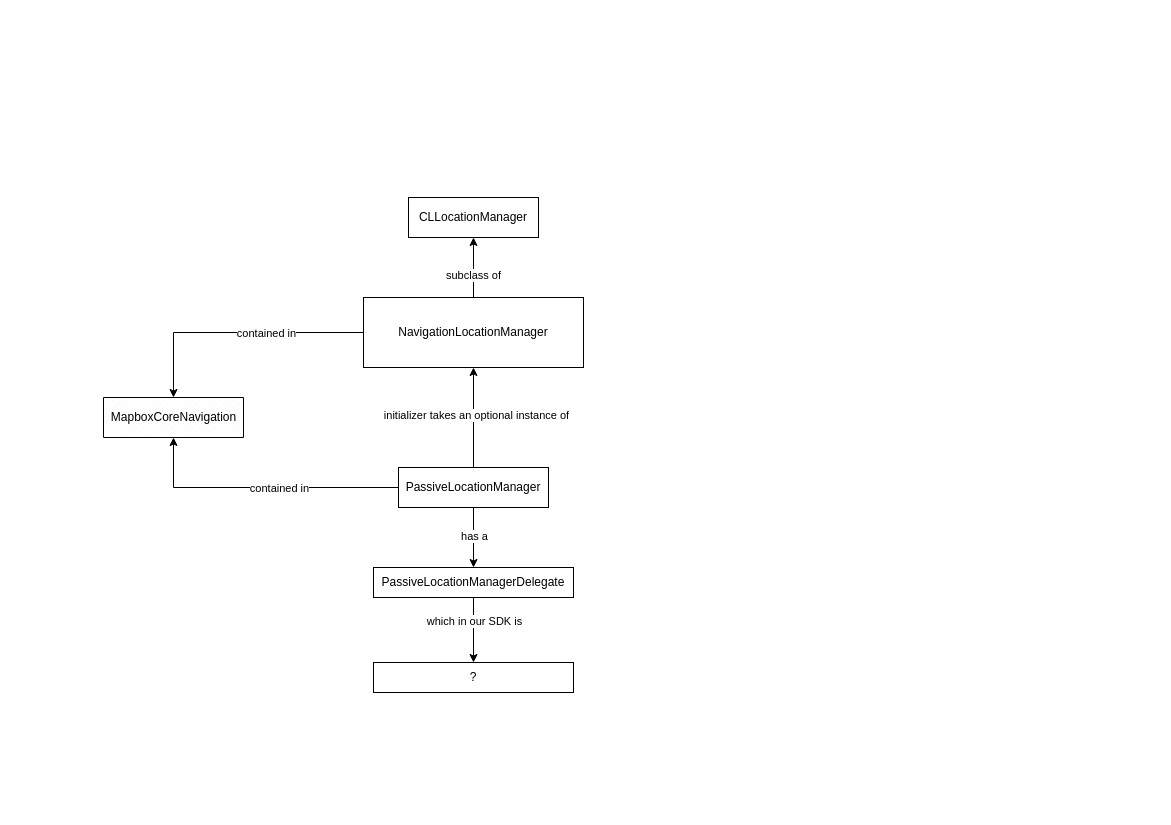
The draw.io diagram AAT Swift usage of Mapbox.drawio in lawrence-forooghian/drawio, before the edit. Source tidied: cells renumbered, new cells numbered last; positions are measured from the earlier drawing's top-left corner, leaving out a move shared by most shapes. Both pictures are drawn from the tidied source at 100%, with x=0, y=0 at pixel (103, 197).
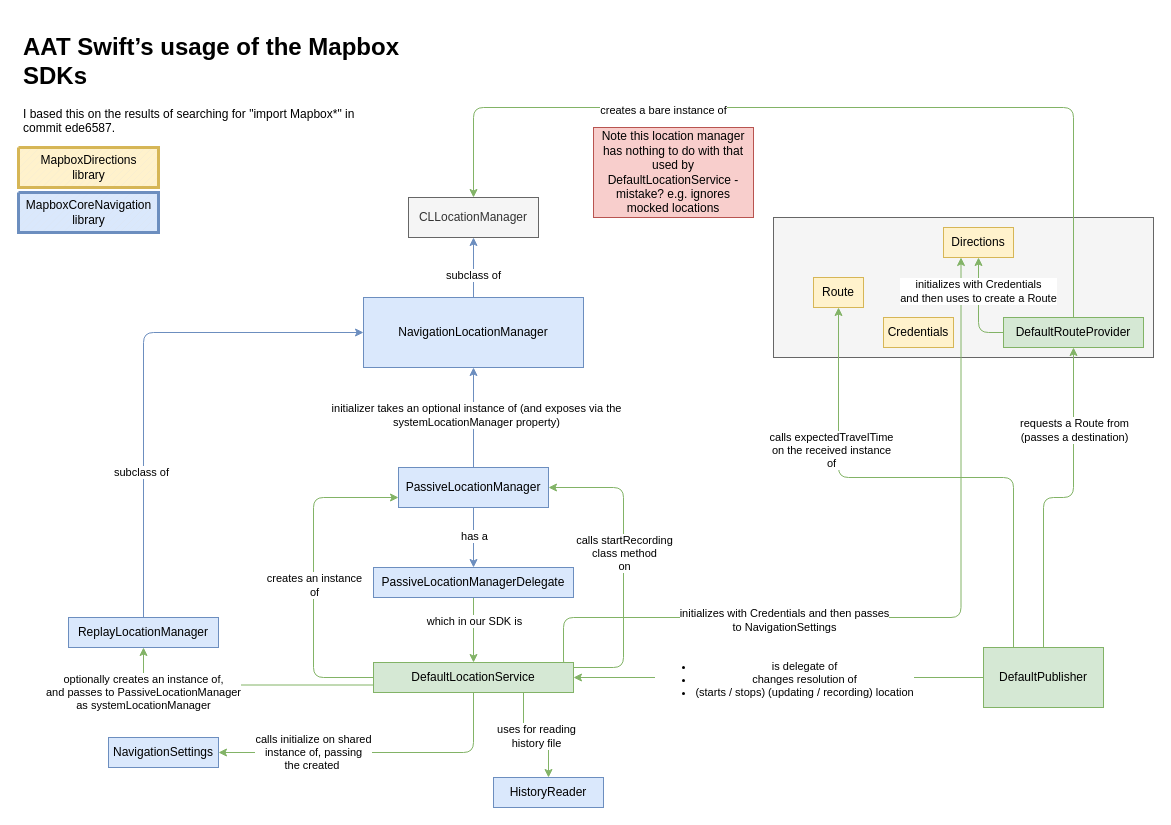
After the change.

Diff of the diagram source:
```diff
@@
-    <mxCell id="2" style="edgeStyle=orthogonalEdgeStyle;rounded=0;jettySize=auto;html=1;entryX=0.5;entryY=1;entryDx=0;entryDy=0;entryPerimeter=0;" parent="1" edge="1" source="8" target="9">
-      <mxGeometry relative="1" as="geometry" />
-    </mxCell>
-    <mxCell id="3" value="contained in" style="edgeLabel;html=1;align=center;verticalAlign=middle;" parent="2" vertex="1">
-      <mxGeometry x="-0.13" relative="1" as="geometry" />
-    </mxCell>
+    <mxCell id="20" style="rounded=0;whiteSpace=wrap;html=1;strokeWidth=1;fillColor=#f5f5f5;fontColor=#333333;strokeColor=#666666;" parent="1" vertex="1">
+      <mxGeometry x="670" y="20" width="380" height="140" as="geometry" />
+    </mxCell>
-    <mxCell id="4" style="edgeStyle=orthogonalEdgeStyle;rounded=0;jettySize=auto;html=1;exitX=0.5;exitY=1;exitDx=0;exitDy=0;entryX=0.5;entryY=0;entryDx=0;entryDy=0;" parent="1" edge="1" source="8" target="12">
+    <mxCell id="4" style="edgeStyle=orthogonalEdgeStyle;rounded=0;jettySize=auto;html=1;exitX=0.5;exitY=1;exitDx=0;exitDy=0;entryX=0.5;entryY=0;entryDx=0;entryDy=0;fillColor=#dae8fc;strokeColor=#6c8ebf;" parent="1" edge="1" source="8" target="12">
       <mxGeometry relative="1" as="geometry" />
     </mxCell>
-    <mxCell id="5" value="has a" style="edgeLabel;html=1;align=center;verticalAlign=middle;" parent="4" vertex="1">
+    <mxCell id="5" value="has a" style="edgeLabel;html=1;align=center;verticalAlign=middle;rounded=0;" parent="4" vertex="1">
       <mxGeometry x="-0.07" relative="1" as="geometry" />
     </mxCell>
-    <mxCell id="6" style="edgeStyle=orthogonalEdgeStyle;rounded=0;jettySize=auto;html=1;exitX=0.5;exitY=0;exitDx=0;exitDy=0;" parent="1" edge="1" source="8" target="18">
+    <mxCell id="6" style="edgeStyle=orthogonalEdgeStyle;rounded=0;jettySize=auto;html=1;exitX=0.5;exitY=0;exitDx=0;exitDy=0;fillColor=#dae8fc;strokeColor=#6c8ebf;" parent="1" edge="1" source="8" target="18">
       <mxGeometry relative="1" as="geometry" />
     </mxCell>
-    <mxCell id="7" value="initializer takes an optional instance of" style="edgeLabel;html=1;align=center;verticalAlign=middle;" parent="6" vertex="1">
+    <mxCell id="7" value="initializer takes an optional instance of (and exposes via the&lt;br&gt;systemLocationManager property)" style="edgeLabel;html=1;align=center;verticalAlign=middle;rounded=0;" parent="6" vertex="1">
       <mxGeometry x="0.06" y="-2" relative="1" as="geometry" />
     </mxCell>
+    <mxCell id="21" style="edgeStyle=orthogonalEdgeStyle;jettySize=auto;html=1;exitX=0;exitY=0.75;exitDx=0;exitDy=0;entryX=0;entryY=0.5;entryDx=0;entryDy=0;fillColor=#d5e8d4;strokeColor=#82b366;startArrow=classic;startFill=1;endArrow=none;endFill=0;" parent="1" edge="1" source="8" target="19">
+      <mxGeometry relative="1" as="geometry">
+        <Array as="points">
+          <mxPoint x="210" y="300" />
+          <mxPoint x="210" y="480" />
+        </Array>
+      </mxGeometry>
+    </mxCell>
+    <mxCell id="22" value="creates an instance&lt;br&gt;of" style="edgeLabel;html=1;align=center;verticalAlign=middle;" parent="21" vertex="1">
+      <mxGeometry x="0.06" relative="1" as="geometry" />
+    </mxCell>
-    <mxCell id="8" value="PassiveLocationManager" style="rounded=0;whiteSpace=wrap;html=1;" parent="1" vertex="1">
+    <mxCell id="8" value="PassiveLocationManager" style="rounded=0;whiteSpace=wrap;html=1;fillColor=#dae8fc;strokeColor=#6c8ebf;" parent="1" vertex="1">
       <mxGeometry x="295" y="270" width="150" height="40" as="geometry" />
     </mxCell>
-    <mxCell id="9" value="MapboxCoreNavigation" style="verticalLabelPosition=middle;verticalAlign=middle;html=1;shape=mxgraph.basic.patternFillRect;fillStyle=diag;step=5;fillStrokeWidth=0.2;fillStrokeColor=#dddddd;labelPosition=center;align=center;" parent="1" vertex="1">
-      <mxGeometry y="200" width="140" height="40" as="geometry" />
+    <mxCell id="9" value="MapboxCoreNavigation&lt;br&gt;library" style="verticalLabelPosition=middle;verticalAlign=middle;html=1;shape=mxgraph.basic.patternFillRect;fillStyle=diag;step=5;fillStrokeWidth=0.2;fillStrokeColor=#dddddd;labelPosition=center;align=center;rounded=0;fillColor=#dae8fc;strokeColor=#6c8ebf;gradientColor=none;strokeWidth=3;" parent="1" vertex="1">
+      <mxGeometry x="-85" y="-5" width="140" height="40" as="geometry" />
     </mxCell>
-    <mxCell id="10" style="edgeStyle=orthogonalEdgeStyle;rounded=0;jettySize=auto;html=1;exitX=0.5;exitY=1;exitDx=0;exitDy=0;" parent="1" edge="1" source="12" target="19">
+    <mxCell id="10" style="edgeStyle=orthogonalEdgeStyle;rounded=0;jettySize=auto;html=1;exitX=0.5;exitY=1;exitDx=0;exitDy=0;fillColor=#d5e8d4;strokeColor=#82b366;" parent="1" edge="1" source="12" target="19">
       <mxGeometry relative="1" as="geometry" />
     </mxCell>
-    <mxCell id="11" value="which in our SDK is" style="edgeLabel;html=1;align=center;verticalAlign=middle;" parent="10" vertex="1">
+    <mxCell id="11" value="which in our SDK is" style="edgeLabel;html=1;align=center;verticalAlign=middle;rounded=0;" parent="10" vertex="1">
       <mxGeometry x="-0.29" relative="1" as="geometry" />
     </mxCell>
-    <mxCell id="12" value="PassiveLocationManagerDelegate" style="rounded=0;whiteSpace=wrap;html=1;" parent="1" vertex="1">
+    <mxCell id="12" value="PassiveLocationManagerDelegate" style="rounded=0;whiteSpace=wrap;html=1;fillColor=#dae8fc;strokeColor=#6c8ebf;" parent="1" vertex="1">
       <mxGeometry x="270" y="370" width="200" height="30" as="geometry" />
     </mxCell>
-    <mxCell id="13" value="CLLocationManager" style="rounded=0;whiteSpace=wrap;html=1;" parent="1" vertex="1">
+    <mxCell id="13" value="CLLocationManager" style="rounded=0;whiteSpace=wrap;html=1;fillColor=#f5f5f5;fontColor=#333333;strokeColor=#666666;" parent="1" vertex="1">
       <mxGeometry x="305" width="130" height="40" as="geometry" />
     </mxCell>
-    <mxCell id="14" style="edgeStyle=orthogonalEdgeStyle;rounded=0;jettySize=auto;html=1;exitX=0;exitY=0.5;exitDx=0;exitDy=0;entryX=0.5;entryY=0;entryDx=0;entryDy=0;entryPerimeter=0;" parent="1" edge="1" source="18" target="9">
-      <mxGeometry relative="1" as="geometry" />
-    </mxCell>
-    <mxCell id="15" value="contained in" style="edgeLabel;html=1;align=center;verticalAlign=middle;" parent="14" vertex="1">
-      <mxGeometry x="-0.23" relative="1" as="geometry" />
-    </mxCell>
-    <mxCell id="16" style="edgeStyle=orthogonalEdgeStyle;rounded=0;jettySize=auto;html=1;exitX=0.5;exitY=0;exitDx=0;exitDy=0;entryX=0.5;entryY=1;entryDx=0;entryDy=0;" parent="1" edge="1" source="18" target="13">
+    <mxCell id="16" style="edgeStyle=orthogonalEdgeStyle;rounded=0;jettySize=auto;html=1;exitX=0.5;exitY=0;exitDx=0;exitDy=0;entryX=0.5;entryY=1;entryDx=0;entryDy=0;fillColor=#dae8fc;strokeColor=#6c8ebf;" parent="1" edge="1" source="18" target="13">
       <mxGeometry relative="1" as="geometry" />
     </mxCell>
-    <mxCell id="17" value="subclass of" style="edgeLabel;html=1;align=center;verticalAlign=middle;" parent="16" vertex="1">
+    <mxCell id="17" value="subclass of" style="edgeLabel;html=1;align=center;verticalAlign=middle;rounded=0;" parent="16" vertex="1">
       <mxGeometry x="-0.23" y="1" relative="1" as="geometry" />
     </mxCell>
-    <mxCell id="18" value="NavigationLocationManager" style="rounded=0;whiteSpace=wrap;html=1;" parent="1" vertex="1">
+    <mxCell id="18" value="NavigationLocationManager" style="rounded=0;whiteSpace=wrap;html=1;fillColor=#dae8fc;strokeColor=#6c8ebf;" parent="1" vertex="1">
       <mxGeometry x="260" y="100" width="220" height="70" as="geometry" />
     </mxCell>
+    <mxCell id="23" style="edgeStyle=orthogonalEdgeStyle;rounded=1;jettySize=auto;html=1;exitX=0.5;exitY=1;exitDx=0;exitDy=0;entryX=1;entryY=0.5;entryDx=0;entryDy=0;startArrow=none;startFill=0;endArrow=classic;endFill=1;fillColor=#d5e8d4;strokeColor=#82b366;" parent="1" edge="1" source="19" target="44">
+      <mxGeometry relative="1" as="geometry" />
+    </mxCell>
+    <mxCell id="24" value="calls initialize on shared&lt;br&gt;instance of, passing&lt;br&gt;the created&amp;nbsp;" style="edgeLabel;html=1;align=center;verticalAlign=middle;" parent="23" vertex="1">
+      <mxGeometry x="0.4" y="-1" relative="1" as="geometry" />
+    </mxCell>
+    <mxCell id="25" style="edgeStyle=orthogonalEdgeStyle;rounded=1;jettySize=auto;html=1;exitX=0.75;exitY=0;exitDx=0;exitDy=0;entryX=1;entryY=0.5;entryDx=0;entryDy=0;startArrow=none;startFill=0;endArrow=classic;endFill=1;fillColor=#d5e8d4;strokeColor=#82b366;" parent="1" edge="1" source="19" target="8">
+      <mxGeometry relative="1" as="geometry">
+        <Array as="points">
+          <mxPoint x="420" y="470" />
+          <mxPoint x="520" y="470" />
+          <mxPoint x="520" y="290" />
+        </Array>
+      </mxGeometry>
+    </mxCell>
+    <mxCell id="26" value="calls startRecording&lt;br&gt;class method&lt;br&gt;on" style="edgeLabel;html=1;align=center;verticalAlign=middle;" parent="25" vertex="1">
+      <mxGeometry x="0.22" relative="1" as="geometry" />
+    </mxCell>
+    <mxCell id="27" style="edgeStyle=orthogonalEdgeStyle;rounded=1;jettySize=auto;html=1;exitX=0.75;exitY=1;exitDx=0;exitDy=0;startArrow=none;startFill=0;endArrow=classic;endFill=1;fillColor=#d5e8d4;strokeColor=#82b366;" parent="1" edge="1" source="19" target="48">
+      <mxGeometry relative="1" as="geometry" />
+    </mxCell>
+    <mxCell id="28" value="uses for reading&lt;br&gt;history file" style="edgeLabel;html=1;align=center;verticalAlign=middle;" parent="27" vertex="1">
+      <mxGeometry y="-1" relative="1" as="geometry" />
+    </mxCell>
+    <mxCell id="29" style="edgeStyle=orthogonalEdgeStyle;rounded=1;jettySize=auto;html=1;exitX=1;exitY=0.25;exitDx=0;exitDy=0;entryX=0.25;entryY=1;entryDx=0;entryDy=0;startArrow=none;startFill=0;endArrow=classic;endFill=1;fillColor=#d5e8d4;strokeColor=#82b366;" parent="1" edge="1" source="19" target="40">
+      <mxGeometry relative="1" as="geometry">
+        <Array as="points">
+          <mxPoint x="460" y="473" />
+          <mxPoint x="460" y="420" />
+          <mxPoint x="858" y="420" />
+        </Array>
+      </mxGeometry>
+    </mxCell>
+    <mxCell id="30" value="initializes with Credentials and then passes&lt;br&gt;to NavigationSettings" style="edgeLabel;html=1;align=center;verticalAlign=middle;" parent="29" vertex="1">
+      <mxGeometry x="-0.31" y="-2" relative="1" as="geometry" />
+    </mxCell>
+    <mxCell id="31" style="edgeStyle=orthogonalEdgeStyle;rounded=1;jettySize=auto;html=1;exitX=0;exitY=0.75;exitDx=0;exitDy=0;entryX=0.5;entryY=1;entryDx=0;entryDy=0;startArrow=none;startFill=0;endArrow=classic;endFill=1;fillColor=#d5e8d4;strokeColor=#82b366;" parent="1" edge="1" source="19" target="47">
+      <mxGeometry relative="1" as="geometry" />
+    </mxCell>
+    <mxCell id="32" value="optionally creates an instance of,&lt;br&gt;and passes to PassiveLocationManager&lt;br&gt;as systemLocationManager" style="edgeLabel;html=1;align=center;verticalAlign=middle;" parent="31" vertex="1">
+      <mxGeometry x="0.36" y="1" relative="1" as="geometry">
+        <mxPoint x="-49" y="6" as="offset" />
+      </mxGeometry>
+    </mxCell>
-    <mxCell id="19" value="?" style="rounded=0;whiteSpace=wrap;html=1;" parent="1" vertex="1">
+    <mxCell id="19" value="DefaultLocationService" style="rounded=0;whiteSpace=wrap;html=1;fillColor=#d5e8d4;strokeColor=#82b366;" parent="1" vertex="1">
       <mxGeometry x="270" y="465" width="200" height="30" as="geometry" />
     </mxCell>
+    <mxCell id="33" style="edgeStyle=orthogonalEdgeStyle;jettySize=auto;html=1;exitX=0;exitY=0.5;exitDx=0;exitDy=0;entryX=0.5;entryY=1;entryDx=0;entryDy=0;fillColor=#d5e8d4;strokeColor=#82b366;" parent="1" edge="1" source="37" target="40">
+      <mxGeometry relative="1" as="geometry" />
+    </mxCell>
+    <mxCell id="34" value="initializes with Credentials&lt;br&gt;and then uses to create a Route" style="edgeLabel;html=1;align=center;verticalAlign=middle;" parent="33" vertex="1">
+      <mxGeometry x="0.33" y="1" relative="1" as="geometry" />
+    </mxCell>
+    <mxCell id="35" style="edgeStyle=orthogonalEdgeStyle;jettySize=auto;html=1;exitX=0.5;exitY=0;exitDx=0;exitDy=0;entryX=0.5;entryY=0;entryDx=0;entryDy=0;fillColor=#d5e8d4;strokeColor=#82b366;" parent="1" edge="1" source="37" target="13">
+      <mxGeometry relative="1" as="geometry">
+        <Array as="points">
+          <mxPoint x="970" y="-90" />
+          <mxPoint x="370" y="-90" />
+        </Array>
+      </mxGeometry>
+    </mxCell>
+    <mxCell id="36" value="creates a bare instance of" style="edgeLabel;html=1;align=center;verticalAlign=middle;" parent="35" vertex="1">
+      <mxGeometry x="0.38" y="2" relative="1" as="geometry" />
+    </mxCell>
+    <mxCell id="37" value="DefaultRouteProvider" style="rounded=0;whiteSpace=wrap;html=1;fillColor=#d5e8d4;strokeColor=#82b366;" parent="1" vertex="1">
+      <mxGeometry x="900" y="120" width="140" height="30" as="geometry" />
+    </mxCell>
+    <mxCell id="38" value="MapboxDirections&lt;br&gt;library" style="verticalLabelPosition=middle;verticalAlign=middle;html=1;shape=mxgraph.basic.patternFillRect;fillStyle=diag;step=5;fillStrokeWidth=0.2;fillStrokeColor=#dddddd;labelPosition=center;align=center;rounded=0;fillColor=#fff2cc;strokeColor=#d6b656;strokeWidth=3;" parent="1" vertex="1">
+      <mxGeometry x="-85" y="-50" width="140" height="40" as="geometry" />
+    </mxCell>
+    <mxCell id="39" value="&lt;h1&gt;AAT Swift’s usage of the Mapbox SDKs&lt;/h1&gt;&lt;p&gt;I based this on the results of searching for &quot;import Mapbox*&quot; in commit&amp;nbsp;ede6587.&lt;/p&gt;" style="text;html=1;strokeColor=none;fillColor=none;spacing=5;spacingTop=-20;whiteSpace=wrap;overflow=hidden;rounded=0;strokeWidth=3;" parent="1" vertex="1">
+      <mxGeometry x="-85" y="-170" width="390" height="120" as="geometry" />
+    </mxCell>
+    <mxCell id="40" value="Directions" style="rounded=0;whiteSpace=wrap;html=1;fillColor=#fff2cc;strokeColor=#d6b656;" parent="1" vertex="1">
+      <mxGeometry x="840" y="30" width="70" height="30" as="geometry" />
+    </mxCell>
+    <mxCell id="41" value="Route" style="rounded=0;whiteSpace=wrap;html=1;fillColor=#fff2cc;strokeColor=#d6b656;" parent="1" vertex="1">
+      <mxGeometry x="710" y="80" width="50" height="30" as="geometry" />
+    </mxCell>
+    <mxCell id="42" value="Note this location manager has nothing to do with that used by DefaultLocationService - mistake? e.g. ignores mocked locations" style="rounded=0;whiteSpace=wrap;html=1;strokeWidth=1;fillColor=#f8cecc;strokeColor=#b85450;" parent="1" vertex="1">
+      <mxGeometry x="490" y="-70" width="160" height="90" as="geometry" />
+    </mxCell>
+    <mxCell id="43" value="Credentials" style="rounded=0;whiteSpace=wrap;html=1;fillColor=#fff2cc;strokeColor=#d6b656;" parent="1" vertex="1">
+      <mxGeometry x="780" y="120" width="70" height="30" as="geometry" />
+    </mxCell>
+    <mxCell id="44" value="NavigationSettings" style="rounded=0;whiteSpace=wrap;html=1;fillColor=#dae8fc;strokeColor=#6c8ebf;" parent="1" vertex="1">
+      <mxGeometry x="5" y="540" width="110" height="30" as="geometry" />
+    </mxCell>
+    <mxCell id="45" style="edgeStyle=orthogonalEdgeStyle;rounded=1;jettySize=auto;html=1;exitX=0.5;exitY=0;exitDx=0;exitDy=0;entryX=0;entryY=0.5;entryDx=0;entryDy=0;startArrow=none;startFill=0;endArrow=classic;endFill=1;fillColor=#dae8fc;strokeColor=#6c8ebf;" parent="1" edge="1" source="47" target="18">
+      <mxGeometry relative="1" as="geometry" />
+    </mxCell>
+    <mxCell id="46" value="subclass of" style="edgeLabel;html=1;align=center;verticalAlign=middle;" parent="45" vertex="1">
+      <mxGeometry x="-0.42" y="3" relative="1" as="geometry" />
+    </mxCell>
+    <mxCell id="47" value="ReplayLocationManager" style="rounded=0;whiteSpace=wrap;html=1;fillColor=#dae8fc;strokeColor=#6c8ebf;" parent="1" vertex="1">
+      <mxGeometry x="-35" y="420" width="150" height="30" as="geometry" />
+    </mxCell>
+    <mxCell id="48" value="HistoryReader" style="rounded=0;whiteSpace=wrap;html=1;fillColor=#dae8fc;strokeColor=#6c8ebf;" parent="1" vertex="1">
+      <mxGeometry x="390" y="580" width="110" height="30" as="geometry" />
+    </mxCell>
+    <mxCell id="49" style="edgeStyle=orthogonalEdgeStyle;rounded=1;jettySize=auto;html=1;exitX=0.25;exitY=0;exitDx=0;exitDy=0;entryX=0.5;entryY=1;entryDx=0;entryDy=0;startArrow=none;startFill=0;endArrow=classic;endFill=1;fillColor=#d5e8d4;strokeColor=#82b366;" parent="1" edge="1" source="55" target="41">
+      <mxGeometry relative="1" as="geometry" />
+    </mxCell>
+    <mxCell id="50" value="calls expectedTravelTime&lt;br&gt;on the received instance&lt;br&gt;of" style="edgeLabel;html=1;align=center;verticalAlign=middle;" parent="49" vertex="1">
+      <mxGeometry x="0.16" y="1" relative="1" as="geometry">
+        <mxPoint x="-54" y="-29" as="offset" />
+      </mxGeometry>
+    </mxCell>
+    <mxCell id="51" style="edgeStyle=orthogonalEdgeStyle;rounded=1;jettySize=auto;html=1;exitX=0.5;exitY=0;exitDx=0;exitDy=0;entryX=0.5;entryY=1;entryDx=0;entryDy=0;startArrow=none;startFill=0;endArrow=classic;endFill=1;fillColor=#d5e8d4;strokeColor=#82b366;" parent="1" edge="1" source="55" target="37">
+      <mxGeometry relative="1" as="geometry" />
+    </mxCell>
+    <mxCell id="52" value="requests a Route from&lt;br&gt;(passes a destination)" style="edgeLabel;html=1;align=center;verticalAlign=middle;" parent="51" vertex="1">
+      <mxGeometry x="0.5" relative="1" as="geometry" />
+    </mxCell>
+    <mxCell id="53" style="edgeStyle=orthogonalEdgeStyle;rounded=1;jettySize=auto;html=1;exitX=0;exitY=0.5;exitDx=0;exitDy=0;startArrow=none;startFill=0;endArrow=classic;endFill=1;fillColor=#d5e8d4;strokeColor=#82b366;" parent="1" edge="1" source="55" target="19">
+      <mxGeometry relative="1" as="geometry" />
+    </mxCell>
+    <mxCell id="54" value="&lt;ul&gt;&lt;li&gt;is delegate of&lt;/li&gt;&lt;li&gt;changes resolution of&lt;br&gt;&lt;/li&gt;&lt;li&gt;(starts / stops) (updating / recording) location&lt;/li&gt;&lt;/ul&gt;" style="edgeLabel;html=1;align=center;verticalAlign=middle;labelBackgroundColor=default;" parent="53" vertex="1">
+      <mxGeometry x="0.17" y="1" relative="1" as="geometry">
+        <mxPoint x="40" as="offset" />
+      </mxGeometry>
+    </mxCell>
+    <mxCell id="55" value="DefaultPublisher" style="rounded=0;whiteSpace=wrap;html=1;fillColor=#d5e8d4;strokeColor=#82b366;" parent="1" vertex="1">
+      <mxGeometry x="880" y="450" width="120" height="60" as="geometry" />
+    </mxCell>
```
